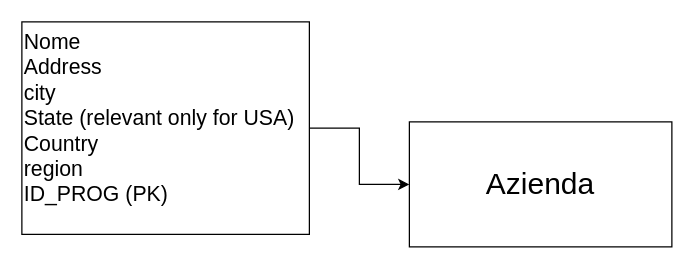
Before: Documentazione/DATI SITI/Info clipper/INFO_CLIPPER.drawio in piebaroni/Web-Scraping-homework5, a draw.io diagram. Source tidied: cells renumbered, new cells numbered last; positions are measured from the earlier drawing's top-left corner, leaving out a move shared by most shapes. Both pictures are drawn from the tidied source at 125%, with x=0, y=0 at pixel (21, 21).
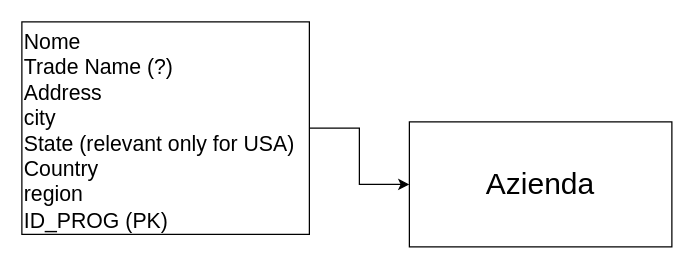
After the change.

Commit message (it also covers changes not shown here):
inizio scraping: Info clipper

Diff of the diagram source:
```diff
@@
 <mxGraphModel>
   <root>
     <mxCell id="0" />
     <mxCell id="1" parent="0" />
     <mxCell id="2" value="Azienda" style="rounded=0;whiteSpace=wrap;html=1;fontSize=24;" parent="1" vertex="1">
       <mxGeometry x="310" y="80" width="210" height="100" as="geometry" />
     </mxCell>
     <mxCell id="3" style="edgeStyle=orthogonalEdgeStyle;rounded=0;jettySize=auto;html=1;exitX=1;exitY=0.5;exitDx=0;exitDy=0;fontSize=17;" parent="1" edge="1" source="4" target="2">
       <mxGeometry relative="1" as="geometry" />
     </mxCell>
-    <mxCell id="4" value="Nome&lt;br style=&quot;font-size: 17px&quot;&gt;Address&lt;br style=&quot;font-size: 17px&quot;&gt;city&lt;br style=&quot;font-size: 17px&quot;&gt;State (relevant only for USA)&lt;br&gt;Country&lt;br&gt;region&lt;br&gt;ID_PROG (PK)" style="text;html=1;strokeColor=default;fillColor=none;align=left;verticalAlign=top;whiteSpace=wrap;rounded=0;fontSize=17;" parent="1" vertex="1">
+    <mxCell id="4" value="Nome&lt;br&gt;Trade Name (?)&lt;br style=&quot;font-size: 17px&quot;&gt;Address&lt;br style=&quot;font-size: 17px&quot;&gt;city&lt;br style=&quot;font-size: 17px&quot;&gt;State (relevant only for USA)&lt;br&gt;Country&lt;br&gt;region&lt;br&gt;ID_PROG (PK)" style="text;html=1;strokeColor=default;fillColor=none;align=left;verticalAlign=top;whiteSpace=wrap;rounded=0;fontSize=17;" parent="1" vertex="1">
       <mxGeometry width="230" height="170" as="geometry" />
     </mxCell>
   </root>
 </mxGraphModel>
```
